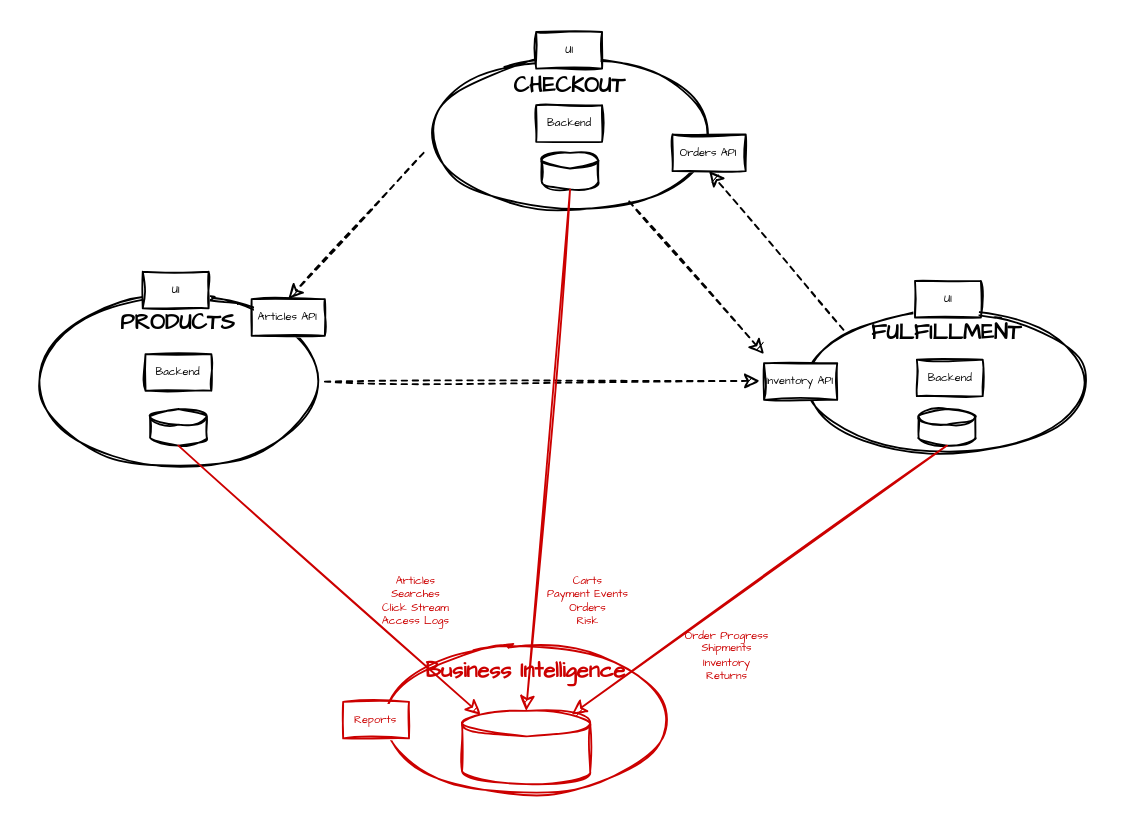
This is page "Status Quo" (1 of 3) of diagrams/landscape.drawio from datamesh-architecture/datamesh-architecture.com, a draw.io file, before an edit. Source tidied: cells renumbered, new cells numbered last; positions are measured from the earlier drawing's top-left corner, leaving out a move shared by most shapes. Both pictures are drawn from the tidied source at 183%, with x=0, y=0 at pixel (31, 31).
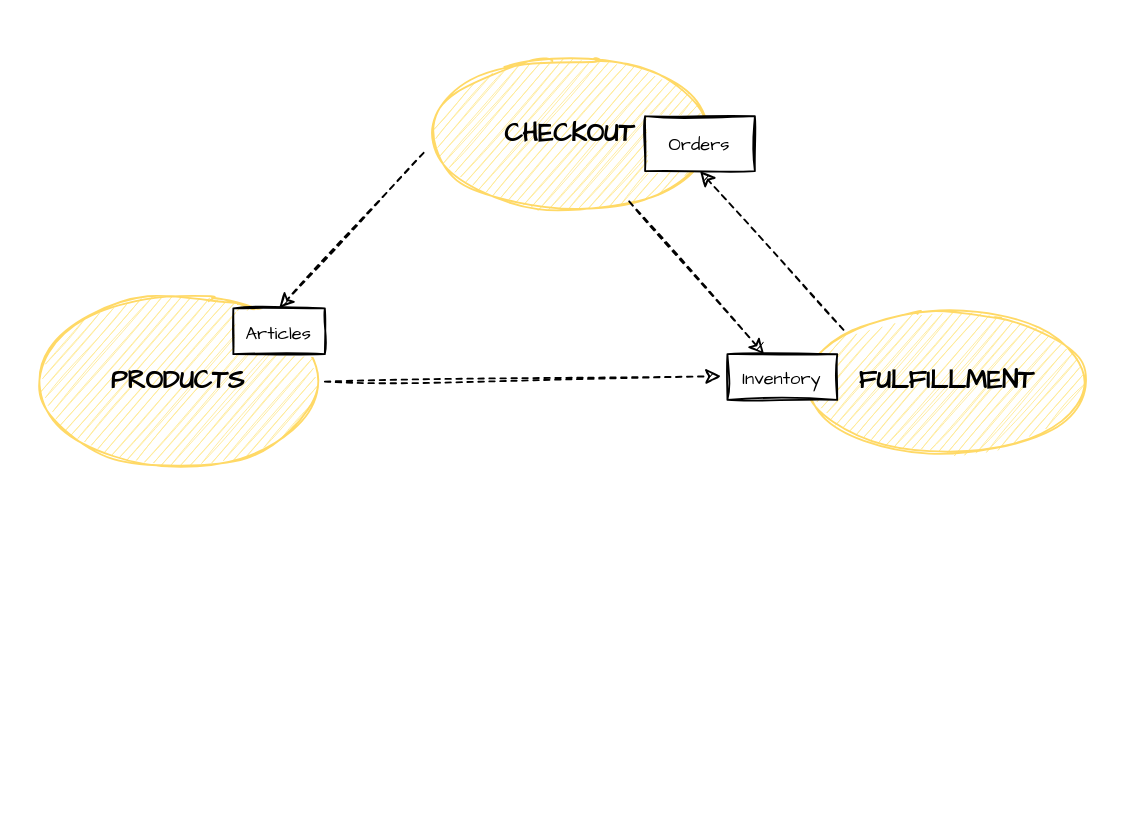
The same diagram, later.

What changed in the source:
```diff
@@
-    <mxCell id="2" value="CHECKOUT" style="ellipse;whiteSpace=wrap;html=1;fontStyle=1;verticalAlign=top;fontFamily=Architects Daughter;sketch=1;" parent="1" vertex="1">
+    <mxCell id="2" value="CHECKOUT" style="ellipse;whiteSpace=wrap;html=1;fontStyle=1;verticalAlign=middle;fontFamily=Architects Daughter;sketch=1;fillColor=#FFEB99;fillStyle=hachure;strokeColor=#FFD966;fontSize=14;" parent="1" vertex="1">
       <mxGeometry x="214" y="16" width="160" height="80" as="geometry" />
     </mxCell>
-    <mxCell id="3" value="PRODUCTS" style="ellipse;whiteSpace=wrap;html=1;fontStyle=1;verticalAlign=top;fontFamily=Architects Daughter;sketch=1;" parent="1" vertex="1">
+    <mxCell id="3" value="PRODUCTS" style="ellipse;whiteSpace=wrap;html=1;fontStyle=1;verticalAlign=middle;fontFamily=Architects Daughter;sketch=1;fillColor=#FFEB99;fillStyle=hachure;strokeColor=#FFD966;fontSize=14;" parent="1" vertex="1">
       <mxGeometry y="146" width="160" height="90" as="geometry" />
     </mxCell>
@@
-    <mxCell id="5" value="FULFILLMENT" style="ellipse;whiteSpace=wrap;html=1;fontStyle=1;verticalAlign=top;fontFamily=Architects Daughter;sketch=1;" parent="1" vertex="1">
+    <mxCell id="5" value="FULFILLMENT" style="ellipse;whiteSpace=wrap;html=1;fontStyle=1;verticalAlign=middle;fontFamily=Architects Daughter;sketch=1;fillColor=#FFEB99;fillStyle=hachure;strokeColor=#FFD966;fontSize=14;" parent="1" vertex="1">
       <mxGeometry x="420" y="151" width="160" height="80" as="geometry" />
     </mxCell>
@@
-    <mxCell id="8" style="shape=cylinder3;whiteSpace=wrap;html=1;boundedLbl=1;backgroundOutline=1;size=4.285714285714278;fontFamily=Architects Daughter;sketch=1;" parent="1" vertex="1">
-      <mxGeometry x="278.5" y="66" width="31" height="20" as="geometry" />
-    </mxCell>
-    <mxCell id="9" style="shape=cylinder3;whiteSpace=wrap;html=1;boundedLbl=1;backgroundOutline=1;size=4.285714285714278;fontFamily=Architects Daughter;sketch=1;" parent="1" vertex="1">
-      <mxGeometry x="64.5" y="206" width="31" height="20" as="geometry" />
-    </mxCell>
-    <mxCell id="10" style="shape=cylinder3;whiteSpace=wrap;html=1;boundedLbl=1;backgroundOutline=1;size=4.285714285714278;fontFamily=Architects Daughter;sketch=1;" parent="1" vertex="1">
-      <mxGeometry x="484.5" y="206" width="31" height="20" as="geometry" />
-    </mxCell>
-    <mxCell id="11" value="Orders API" style="rounded=0;whiteSpace=wrap;html=1;fontSize=6;fontFamily=Architects Daughter;sketch=1;" parent="1" vertex="1">
-      <mxGeometry x="350" y="56" width="40" height="20" as="geometry" />
+    <mxCell id="11" value="Orders" style="rounded=0;whiteSpace=wrap;html=1;fontSize=10;fontFamily=Architects Daughter;sketch=1;" parent="1" vertex="1">
+      <mxGeometry x="335" y="46" width="60" height="30" as="geometry" />
     </mxCell>
@@
-    <mxCell id="13" value="Inventory API" style="rounded=0;whiteSpace=wrap;html=1;fontSize=6;fontFamily=Architects Daughter;sketch=1;" parent="1" vertex="1">
-      <mxGeometry x="400" y="181" width="40" height="20" as="geometry" />
+    <mxCell id="13" value="Inventory" style="rounded=0;whiteSpace=wrap;html=1;fontSize=10;fontFamily=Architects Daughter;sketch=1;" parent="1" vertex="1">
+      <mxGeometry x="380" y="176" width="60" height="25" as="geometry" />
     </mxCell>
-    <mxCell id="14" value="Articles API" style="rounded=0;whiteSpace=wrap;html=1;fontSize=6;fontFamily=Architects Daughter;sketch=1;" parent="1" vertex="1">
-      <mxGeometry x="120" y="146" width="40" height="20" as="geometry" />
+    <mxCell id="14" value="Articles" style="rounded=0;whiteSpace=wrap;html=1;fontSize=10;fontFamily=Architects Daughter;sketch=1;" parent="1" vertex="1">
+      <mxGeometry x="110" y="151" width="50" height="25" as="geometry" />
     </mxCell>
-    <mxCell id="15" value="UI" style="rounded=0;whiteSpace=wrap;html=1;fontSize=6;fontFamily=Architects Daughter;sketch=1;" parent="1" vertex="1">
-      <mxGeometry x="275.5" width="36" height="20" as="geometry" />
-    </mxCell>
-    <mxCell id="16" value="UI" style="rounded=0;whiteSpace=wrap;html=1;fontSize=6;fontFamily=Architects Daughter;sketch=1;" parent="1" vertex="1">
-      <mxGeometry x="60.5" y="131" width="36" height="20" as="geometry" />
-    </mxCell>
-    <mxCell id="17" value="UI" style="rounded=0;whiteSpace=wrap;html=1;fontSize=6;fontFamily=Architects Daughter;sketch=1;" parent="1" vertex="1">
-      <mxGeometry x="482.5" y="136" width="36" height="20" as="geometry" />
-    </mxCell>
-    <mxCell id="18" value="Business Intelligence" style="ellipse;whiteSpace=wrap;html=1;fontStyle=1;verticalAlign=top;fontColor=#CC0000;strokeColor=#CC0000;fontFamily=Architects Daughter;sketch=1;" parent="1" vertex="1">
-      <mxGeometry x="190" y="336" width="160" height="80" as="geometry" />
-    </mxCell>
-    <mxCell id="19" style="shape=cylinder3;whiteSpace=wrap;html=1;boundedLbl=1;backgroundOutline=1;size=6.931034482758662;strokeColor=#CC0000;fontFamily=Architects Daughter;sketch=1;" parent="1" vertex="1">
-      <mxGeometry x="235" y="371" width="70" height="40" as="geometry" />
-    </mxCell>
-    <mxCell id="20" style="endArrow=classic;html=1;rounded=0;fontSize=6;fontColor=#CC0000;entryX=0.5;entryY=0;entryDx=0;entryDy=0;entryPerimeter=0;exitX=0.5;exitY=1;exitDx=0;exitDy=0;exitPerimeter=0;strokeColor=#CC0000;fontFamily=Architects Daughter;sketch=1;" parent="1" edge="1" source="8" target="19">
-      <mxGeometry relative="1" as="geometry" />
-    </mxCell>
-    <mxCell id="21" style="endArrow=classic;html=1;rounded=0;fontSize=6;fontColor=#CC0000;exitX=0.5;exitY=1;exitDx=0;exitDy=0;exitPerimeter=0;strokeColor=#CC0000;entryX=0.145;entryY=0;entryDx=0;entryDy=2.0100000000000118;entryPerimeter=0;fontFamily=Architects Daughter;sketch=1;" parent="1" edge="1" source="9" target="19">
-      <mxGeometry relative="1" as="geometry" />
-    </mxCell>
-    <mxCell id="22" style="endArrow=classic;html=1;rounded=0;fontSize=6;fontColor=#CC0000;exitX=0.5;exitY=1;exitDx=0;exitDy=0;exitPerimeter=0;strokeColor=#CC0000;entryX=0.855;entryY=0;entryDx=0;entryDy=2.0100000000000118;entryPerimeter=0;fontFamily=Architects Daughter;sketch=1;" parent="1" edge="1" source="10" target="19">
-      <mxGeometry relative="1" as="geometry" />
-    </mxCell>
-    <mxCell id="23" value="Reports" style="rounded=0;whiteSpace=wrap;html=1;fontSize=6;strokeColor=#CC0000;fontColor=#CC0000;fontFamily=Architects Daughter;sketch=1;" parent="1" vertex="1">
-      <mxGeometry x="170" y="366" width="36" height="20" as="geometry" />
-    </mxCell>
-    <mxCell id="24" value="Carts&lt;br&gt;Payment Events&lt;br&gt;Orders&lt;br&gt;Risk" style="text;html=1;strokeColor=none;fillColor=none;align=center;verticalAlign=middle;whiteSpace=wrap;rounded=0;fontSize=6;fontColor=#CC0000;fontFamily=Architects Daughter;sketch=1;" parent="1" vertex="1">
-      <mxGeometry x="274" y="296" width="60" height="30" as="geometry" />
-    </mxCell>
-    <mxCell id="25" value="Order Progress&lt;br&gt;Shipments&lt;br&gt;Inventory&lt;br&gt;Returns" style="text;html=1;strokeColor=none;fillColor=none;align=center;verticalAlign=middle;whiteSpace=wrap;rounded=0;fontSize=6;fontColor=#CC0000;fontFamily=Architects Daughter;sketch=1;" parent="1" vertex="1">
-      <mxGeometry x="350" y="326" width="60" height="30" as="geometry" />
-    </mxCell>
-    <mxCell id="26" value="Articles&lt;br&gt;Searches&lt;br&gt;Click Stream&lt;br&gt;Access Logs" style="text;html=1;strokeColor=none;fillColor=none;align=center;verticalAlign=middle;whiteSpace=wrap;rounded=0;fontSize=6;fontColor=#CC0000;fontFamily=Architects Daughter;sketch=1;" parent="1" vertex="1">
-      <mxGeometry x="180" y="296" width="60" height="30" as="geometry" />
-    </mxCell>
-    <mxCell id="27" value="Backend" style="rounded=0;whiteSpace=wrap;html=1;fontSize=6;fontFamily=Architects Daughter;sketch=1;" parent="1" vertex="1">
-      <mxGeometry x="62" y="176" width="36" height="20" as="geometry" />
-    </mxCell>
-    <mxCell id="28" value="Backend" style="rounded=0;whiteSpace=wrap;html=1;fontSize=6;fontFamily=Architects Daughter;sketch=1;" parent="1" vertex="1">
-      <mxGeometry x="275.5" y="40" width="36" height="20" as="geometry" />
-    </mxCell>
-    <mxCell id="29" value="Backend" style="rounded=0;whiteSpace=wrap;html=1;fontSize=6;fontFamily=Architects Daughter;sketch=1;" parent="1" vertex="1">
-      <mxGeometry x="483.5" y="179" width="36" height="20" as="geometry" />
-    </mxCell>
```
